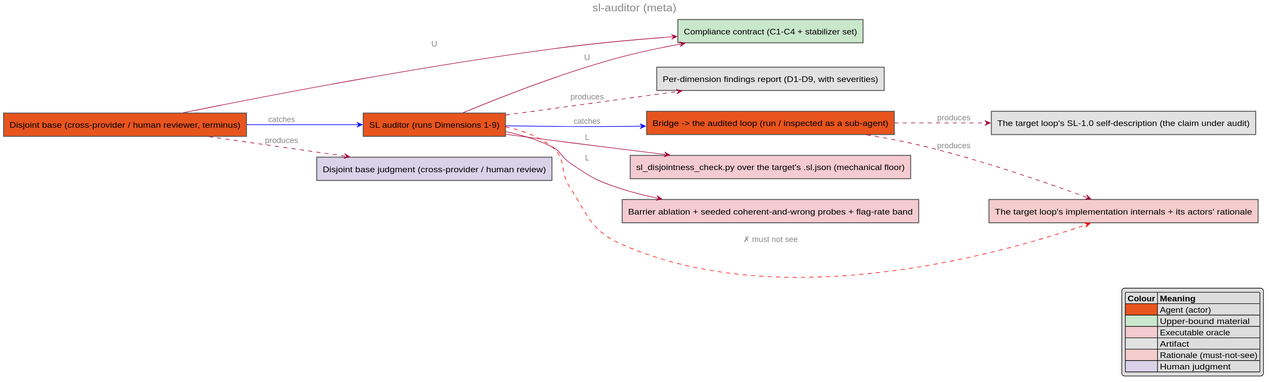
The PlantUML diagram docs/img/sl-auditor.svg in canonical/squeeze-loop, before a commit. Its diagram source:
```plantuml
@startuml sl-auditor
title sl-auditor (meta)
left to right direction
skinparam rectangleBorderColor #555
skinparam shadowing false
skinparam ArrowFontColor #888888
skinparam TitleFontColor #888888

rectangle "SL auditor (runs Dimensions 1-9)" as A_auditor #E8541E
rectangle "Bridge -> the audited loop (run / inspected as a sub-agent)" as A_target_loop #E8541E
rectangle "Disjoint base (cross-provider / human reviewer, terminus)" as A_disjoint_base #E8541E

rectangle "Compliance contract (C1-C4 + stabilizer set)" as S_compliance_contract #C9E7CB
rectangle "sl_disjointness_check.py over the target's .sl.json (mechanical floor)" as S_disjointness_checker #F3CBD0
rectangle "Barrier ablation + seeded coherent-and-wrong probes + flag-rate band" as S_calibration_probes #F3CBD0
rectangle "The target loop's SL-1.0 self-description (the claim under audit)" as S_target_self_description #E2E2E2
rectangle "The target loop's implementation internals + its actors' rationale" as S_target_internals #F4CCCC
rectangle "Per-dimension findings report (D1-D9, with severities)" as S_audit_report #E2E2E2
rectangle "Disjoint base judgment (cross-provider / human review)" as S_disjoint_review #D9D2E9

A_auditor --> S_compliance_contract : U
A_auditor --> S_disjointness_checker : L
A_auditor --> S_calibration_probes : L
A_auditor ..> S_audit_report : produces
A_target_loop ..> S_target_self_description : produces
A_target_loop ..> S_target_internals : produces
A_disjoint_base --> S_compliance_contract : U
A_disjoint_base ..> S_disjoint_review : produces

A_auditor -[#red,dashed]-> S_target_internals : ✗ must not see

A_auditor -[#blue]-> A_target_loop : catches
A_disjoint_base -[#blue]-> A_auditor : catches

legend right
|= Colour |= Meaning |
|<#E8541E>| Agent (actor) |
|<#C9E7CB>| Upper-bound material |
|<#F3CBD0>| Executable oracle |
|<#E2E2E2>| Artifact |
|<#F4CCCC>| Rationale (must-not-see) |
|<#D9D2E9>| Human judgment |
endlegend
@enduml
```
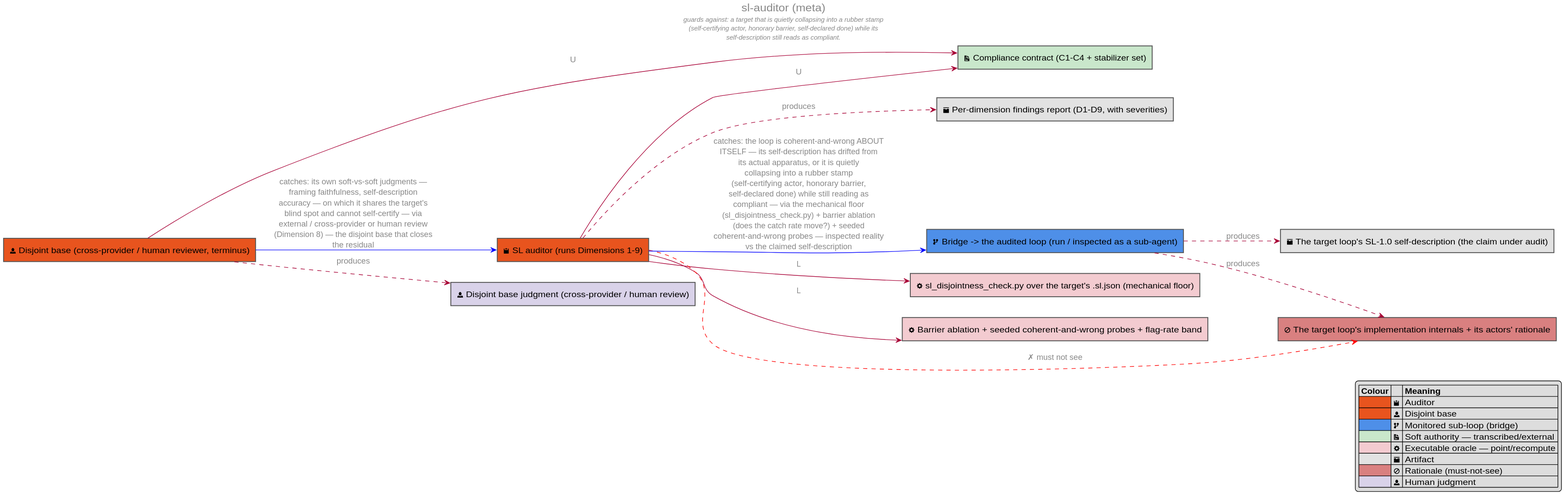
After the change.

What changed in the source:
```diff
@@ -1,22 +1,22 @@
 @startuml sl-auditor
-title sl-auditor (meta)
+title sl-auditor (meta)\n<size:11><i>guards against: a target that is quietly collapsing into a rubber stamp</i></size>\n<size:11><i>(self-certifying actor, honorary barrier, self-declared done) while its</i></size>\n<size:11><i>self-description still reads as compliant.</i></size>
 left to right direction
 skinparam rectangleBorderColor #555
 skinparam shadowing false
 skinparam ArrowFontColor #888888
 skinparam TitleFontColor #888888
 
-rectangle "SL auditor (runs Dimensions 1-9)" as A_auditor #E8541E
-rectangle "Bridge -> the audited loop (run / inspected as a sub-agent)" as A_target_loop #E8541E
-rectangle "Disjoint base (cross-provider / human reviewer, terminus)" as A_disjoint_base #E8541E
+rectangle "<&clipboard> SL auditor (runs Dimensions 1-9)" as A_auditor #E8541E
+rectangle "<&fork> Bridge -> the audited loop (run / inspected as a sub-agent)" as A_target_loop #4E8FE8
+rectangle "<&person> Disjoint base (cross-provider / human reviewer, terminus)" as A_disjoint_base #E8541E
 
-rectangle "Compliance contract (C1-C4 + stabilizer set)" as S_compliance_contract #C9E7CB
-rectangle "sl_disjointness_check.py over the target's .sl.json (mechanical floor)" as S_disjointness_checker #F3CBD0
-rectangle "Barrier ablation + seeded coherent-and-wrong probes + flag-rate band" as S_calibration_probes #F3CBD0
-rectangle "The target loop's SL-1.0 self-description (the claim under audit)" as S_target_self_description #E2E2E2
-rectangle "The target loop's implementation internals + its actors' rationale" as S_target_internals #F4CCCC
-rectangle "Per-dimension findings report (D1-D9, with severities)" as S_audit_report #E2E2E2
-rectangle "Disjoint base judgment (cross-provider / human review)" as S_disjoint_review #D9D2E9
+rectangle "<&document> Compliance contract (C1-C4 + stabilizer set)" as S_compliance_contract #C9E7CB
+rectangle "<&cog> sl_disjointness_check.py over the target's .sl.json (mechanical floor)" as S_disjointness_checker #F3CBD0
+rectangle "<&cog> Barrier ablation + seeded coherent-and-wrong probes + flag-rate band" as S_calibration_probes #F3CBD0
+rectangle "<&box> The target loop's SL-1.0 self-description (the claim under audit)" as S_target_self_description #E2E2E2
+rectangle "<&ban> The target loop's implementation internals + its actors' rationale" as S_target_internals #D98080
+rectangle "<&box> Per-dimension findings report (D1-D9, with severities)" as S_audit_report #E2E2E2
+rectangle "<&person> Disjoint base judgment (cross-provider / human review)" as S_disjoint_review #D9D2E9
 
 A_auditor --> S_compliance_contract : U
 A_auditor --> S_disjointness_checker : L
@@ -29,16 +29,18 @@
 
 A_auditor -[#red,dashed]-> S_target_internals : ✗ must not see
 
-A_auditor -[#blue]-> A_target_loop : catches
-A_disjoint_base -[#blue]-> A_auditor : catches
+A_auditor -[#blue]-> A_target_loop : catches: the loop is coherent-and-wrong ABOUT\nITSELF — its self-description has drifted from\nits actual apparatus, or it is quietly\ncollapsing into a rubber stamp\n(self-certifying actor, honorary barrier,\nself-declared done) while still reading as\ncompliant — via the mechanical floor\n(sl_disjointness_check.py) + barrier ablation\n(does the catch rate move?) + seeded\ncoherent-and-wrong probes — inspected reality\nvs the claimed self-description
+A_disjoint_base -[#blue]-> A_auditor : catches: its own soft-vs-soft judgments —\nframing faithfulness, self-description\naccuracy — on which it shares the target's\nblind spot and cannot self-certify — via\nexternal / cross-provider or human review\n(Dimension 8) — the disjoint base that closes\nthe residual
 
 legend right
-|= Colour |= Meaning |
-|<#E8541E>| Agent (actor) |
-|<#C9E7CB>| Upper-bound material |
-|<#F3CBD0>| Executable oracle |
-|<#E2E2E2>| Artifact |
-|<#F4CCCC>| Rationale (must-not-see) |
-|<#D9D2E9>| Human judgment |
+|= Colour |=  |= Meaning |
+|<#E8541E>| <&clipboard> | Auditor |
+|<#E8541E>| <&person> | Disjoint base |
+|<#4E8FE8>| <&fork> | Monitored sub-loop (bridge) |
+|<#C9E7CB>| <&document> | Soft authority — transcribed/external |
+|<#F3CBD0>| <&cog> | Executable oracle — point/recompute |
+|<#E2E2E2>| <&box> | Artifact |
+|<#D98080>| <&ban> | Rationale (must-not-see) |
+|<#D9D2E9>| <&person> | Human judgment |
 endlegend
 @enduml
```
